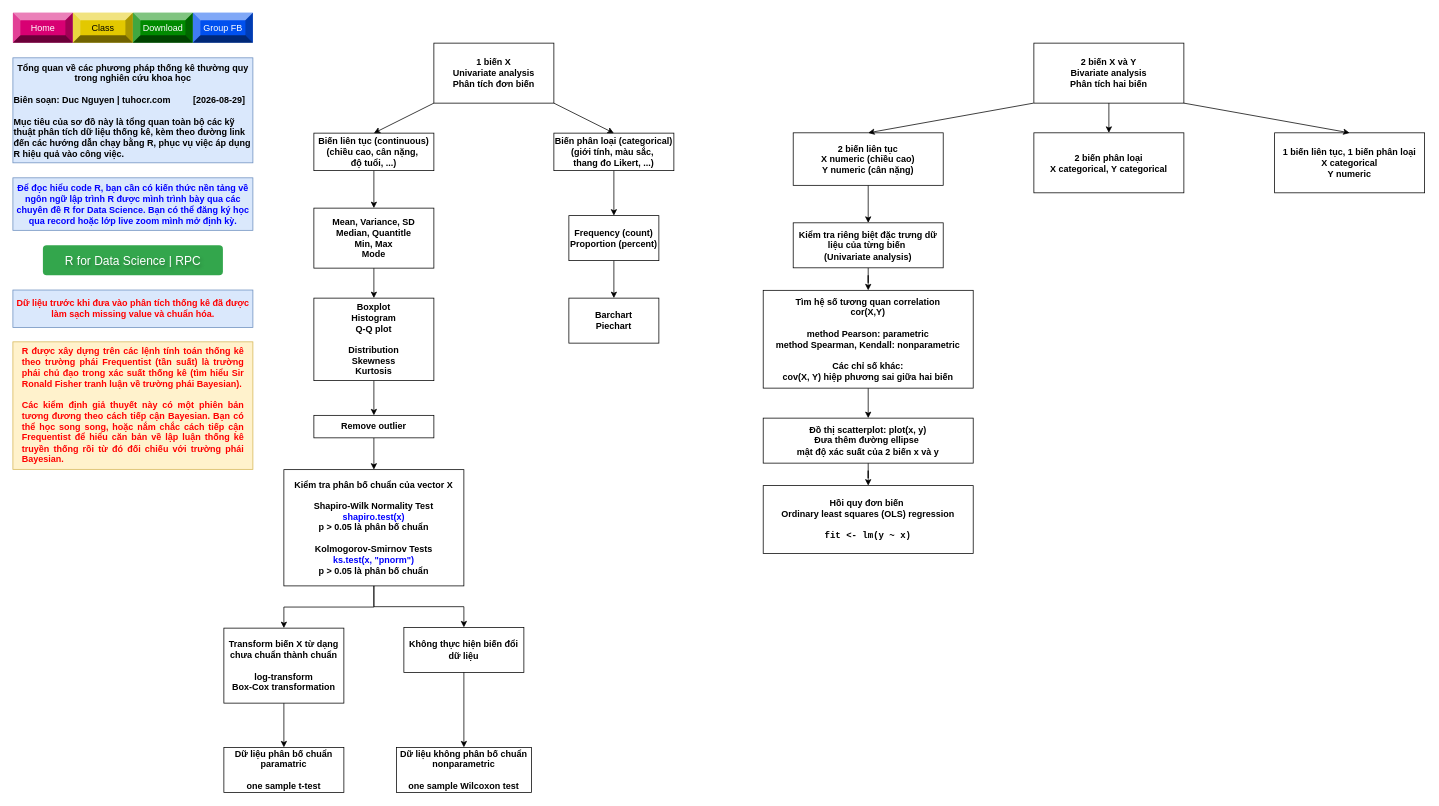
The draw.io diagram blog/cac-phuong-phap-thong-ke-thuong-quy/roadmap.drawio in tuhocr/thongkevavedothi, before the edit. Source tidied: cells renumbered, new cells numbered last; positions are measured from the earlier drawing's top-left corner, leaving out a move shared by most shapes. Both pictures are drawn from the tidied source at 75%, with x=0, y=0 at pixel (13, 13).
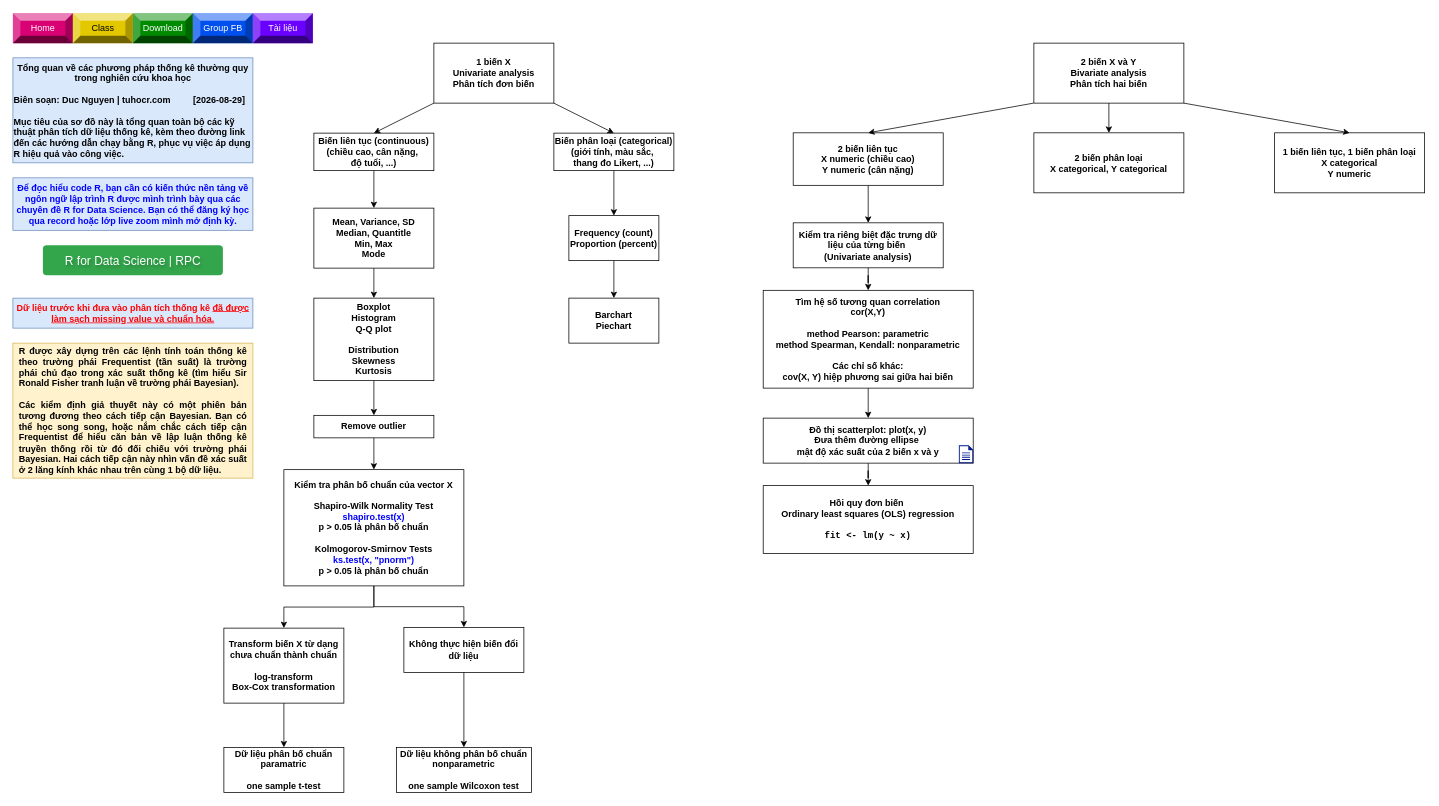
The same diagram, later.

What changed in the source:
```diff
@@
-    <mxCell id="26" value="&lt;span style=&quot;color: rgb(255, 0, 0);&quot;&gt;Dữ liệu trước khi đưa vào phân tích thống kê đã được làm sạch missing value và chuẩn hóa.&lt;/span&gt;" style="rounded=0;whiteSpace=wrap;html=1;fontStyle=1;fillColor=#dae8fc;strokeColor=#6c8ebf;" parent="1" vertex="1">
-      <mxGeometry x="-0.3" y="369.2" width="320" height="50" as="geometry" />
+    <mxCell id="26" value="&lt;span style=&quot;color: rgb(255, 0, 0);&quot;&gt;Dữ liệu trước khi đưa vào phân tích thống kê &lt;u&gt;đã được&lt;/u&gt; &lt;u&gt;làm sạch missing value và chuẩn hóa.&lt;/u&gt;&lt;/span&gt;" style="rounded=0;whiteSpace=wrap;html=1;fontStyle=1;fillColor=#dae8fc;strokeColor=#6c8ebf;" parent="1" vertex="1">
+      <mxGeometry x="-0.3" y="380" width="320" height="40" as="geometry" />
     </mxCell>
@@
-    <mxCell id="43" value="&lt;div style=&quot;text-align: justify;&quot;&gt;&lt;span style=&quot;background-color: transparent; color: rgb(255, 0, 0);&quot;&gt;R được xây dựng trên các lệnh tính toán thống kê theo trường phái Frequentist (tần suất) là trường phái chủ đạo trong xác suất thống kê&amp;nbsp;&lt;/span&gt;&lt;span style=&quot;background-color: transparent; color: rgb(255, 0, 0);&quot;&gt;(tìm hiểu Sir Ronald Fisher tranh luận về trường phái Bayesian).&lt;/span&gt;&lt;/div&gt;&lt;div style=&quot;text-align: justify;&quot;&gt;&lt;span style=&quot;color: rgb(255, 0, 0);&quot;&gt;&lt;br&gt;&lt;/span&gt;&lt;/div&gt;&lt;div style=&quot;text-align: justify;&quot;&gt;&lt;span style=&quot;color: rgb(255, 0, 0);&quot;&gt;Các kiểm định giả thuyết này có một phiên bản tương đương theo cách tiếp cận Bayesian. Bạn có thể học song song, hoặc nắm chắc cách tiếp cận Frequentist để hiểu căn bản về lập luận thống kê truyền thống rồi từ đó đối chiếu với trường phái Bayesian.&lt;/span&gt;&lt;/div&gt;" style="rounded=0;whiteSpace=wrap;html=1;fontStyle=1;fillColor=#fff2cc;strokeColor=#d6b656;spacingLeft=11.811;spacingRight=11.811;spacingTop=11.811;spacingBottom=11.811;" parent="1" vertex="1">
-      <mxGeometry x="-0.3" y="438.3" width="320" height="170" as="geometry" />
+    <mxCell id="43" value="&lt;div style=&quot;text-align: justify;&quot;&gt;&lt;span style=&quot;background-color: transparent;&quot;&gt;R được xây dựng trên các lệnh tính toán thống kê theo trường phái Frequentist (tần suất) là trường phái chủ đạo trong xác suất thống kê&amp;nbsp;&lt;/span&gt;&lt;span style=&quot;background-color: transparent;&quot;&gt;(tìm hiểu Sir Ronald Fisher tranh luận về trường phái Bayesian).&lt;/span&gt;&lt;/div&gt;&lt;div style=&quot;text-align: justify;&quot;&gt;&lt;span style=&quot;&quot;&gt;&lt;br&gt;&lt;/span&gt;&lt;/div&gt;&lt;div style=&quot;text-align: justify;&quot;&gt;&lt;span style=&quot;&quot;&gt;Các kiểm định giả thuyết này có một phiên bản tương đương theo cách tiếp cận Bayesian. Bạn có thể học song song, hoặc nắm chắc cách tiếp cận Frequentist để hiểu căn bản về lập luận thống kê truyền thống rồi từ đó đối chiếu với trường phái Bayesian. Hai cách tiếp cận này nhìn vấn đề xác suất ở 2 lăng kính khác nhau trên cùng 1 bộ dữ liệu.&lt;/span&gt;&lt;/div&gt;" style="rounded=0;whiteSpace=wrap;html=1;fontStyle=1;fillColor=#fff2cc;strokeColor=#d6b656;spacingLeft=7.874;spacingRight=7.874;spacingTop=7.874;spacingBottom=7.874;fontColor=#000000;" parent="1" vertex="1">
+      <mxGeometry x="-0.3" y="440" width="320" height="180" as="geometry" />
     </mxCell>
     <mxCell id="44" value="Home" style="labelPosition=center;verticalLabelPosition=middle;align=center;html=1;shape=mxgraph.basic.shaded_button;dx=10;fillColor=#d80073;strokeColor=#A50040;whiteSpace=wrap;fontColor=#ffffff;" parent="1" vertex="1">
-      <mxGeometry x="-0.3" y="-0.4" width="80" height="40" as="geometry" />
+      <mxGeometry x="-0.3" width="80" height="40" as="geometry" />
     </mxCell>
     <mxCell id="45" value="Class" style="labelPosition=center;verticalLabelPosition=middle;align=center;html=1;shape=mxgraph.basic.shaded_button;dx=10;fillColor=#e3c800;strokeColor=#B09500;whiteSpace=wrap;fontColor=#000000;" parent="1" vertex="1">
-      <mxGeometry x="79.7" y="-0.4" width="80" height="40" as="geometry" />
+      <mxGeometry x="79.7" width="80" height="40" as="geometry" />
     </mxCell>
     <mxCell id="46" value="Download" style="labelPosition=center;verticalLabelPosition=middle;align=center;html=1;shape=mxgraph.basic.shaded_button;dx=10;fillColor=#008a00;strokeColor=#005700;whiteSpace=wrap;fontColor=#ffffff;" parent="1" vertex="1">
-      <mxGeometry x="159.7" y="-0.4" width="80" height="40" as="geometry" />
+      <mxGeometry x="159.7" width="80" height="40" as="geometry" />
     </mxCell>
@@
     <mxCell id="48" value="Group FB" style="labelPosition=center;verticalLabelPosition=middle;align=center;html=1;shape=mxgraph.basic.shaded_button;dx=10;fillColor=#0050ef;strokeColor=#001DBC;whiteSpace=wrap;fontColor=#ffffff;" parent="1" vertex="1">
-      <mxGeometry x="239.7" y="-0.4" width="80" height="40" as="geometry" />
+      <mxGeometry x="239.7" width="80" height="40" as="geometry" />
     </mxCell>
@@
+    <mxCell id="51" style="sketch=0;shadow=0;dashed=0;html=1;strokeColor=none;labelPosition=center;verticalLabelPosition=bottom;verticalAlign=top;align=center;fillColor=#00188D;shape=mxgraph.mscae.enterprise.document;" parent="1" vertex="1">
+      <mxGeometry x="1261" y="576.2" width="19.1" height="23.8" as="geometry" />
+    </mxCell>
+    <mxCell id="52" value="Tài liệu" style="labelPosition=center;verticalLabelPosition=middle;align=center;html=1;shape=mxgraph.basic.shaded_button;dx=10;fillColor=#6a00ff;strokeColor=#3700CC;whiteSpace=wrap;fontColor=#ffffff;" parent="1" vertex="1">
+      <mxGeometry x="319.7" width="80" height="40" as="geometry" />
+    </mxCell>
```
